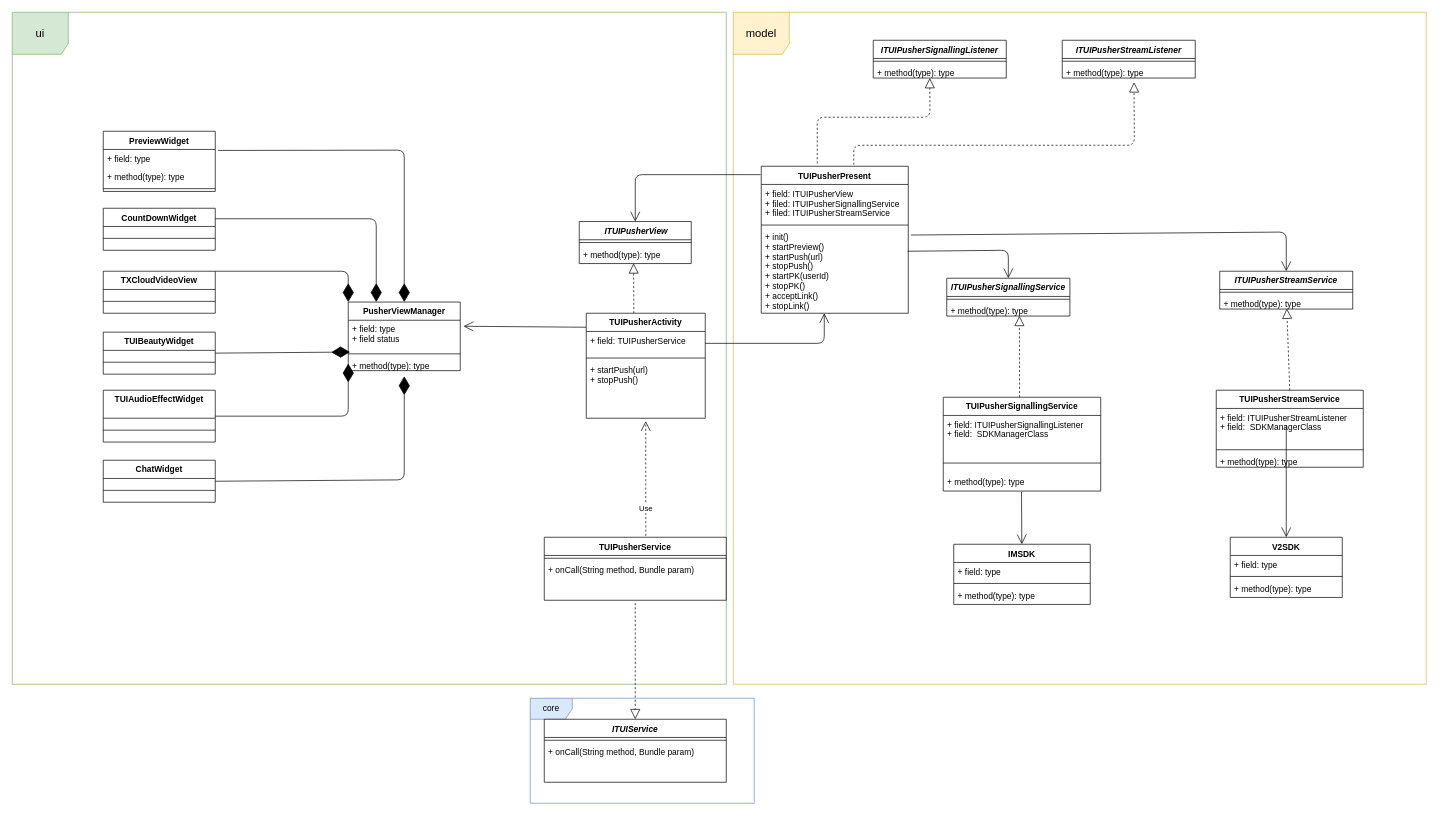
Before: diagrams/TUIPusher.drawio in paopaosecret/resources, a draw.io diagram. Source tidied: cells renumbered, new cells numbered last; positions are measured from the earlier drawing's top-left corner, leaving out a move shared by most shapes. Both pictures are drawn from the tidied source at 70%, with x=0, y=0 at pixel (12, 12).
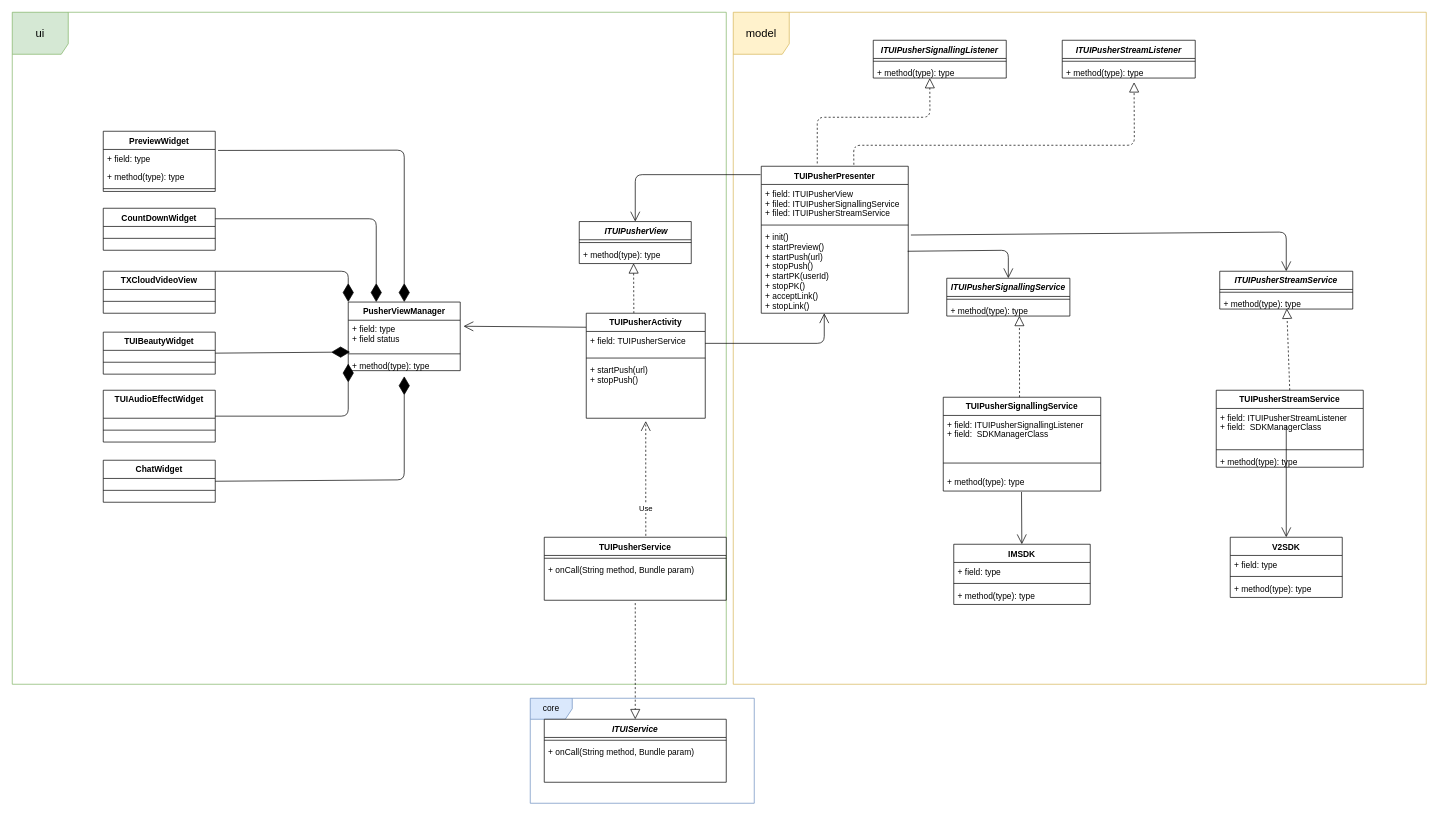
The same page after the edit.

The edit, as a diff of the source:
```diff
@@
-    <mxCell id="8" value="TUIPusherPresent" style="swimlane;fontStyle=1;align=center;verticalAlign=top;horizontal=1;startSize=26;" parent="1" vertex="1">
+    <mxCell id="8" value="TUIPusherPresenter" style="swimlane;fontStyle=1;align=center;verticalAlign=top;horizontal=1;startSize=26;" parent="1" vertex="1">
       <mxGeometry x="1070" y="220" width="210" height="210" as="geometry" />
     </mxCell>
```
